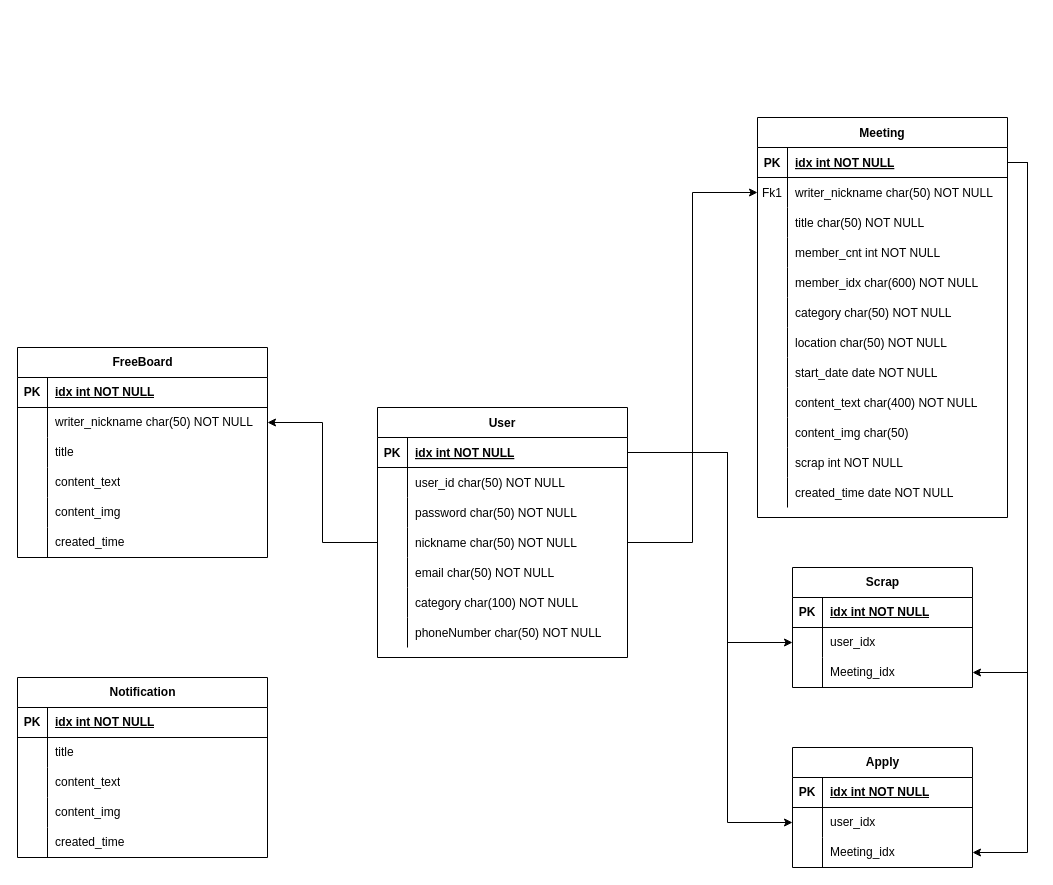
The draw.io diagram 제목 없는 다이어그램.drawio in mang0206/KosaMiniProject1, before the edit. Source tidied: cells renumbered, new cells numbered last; positions are measured from the earlier drawing's top-left corner, leaving out a move shared by most shapes. Both pictures are drawn from the tidied source at 100%, with x=0, y=0 at pixel (17, 117).
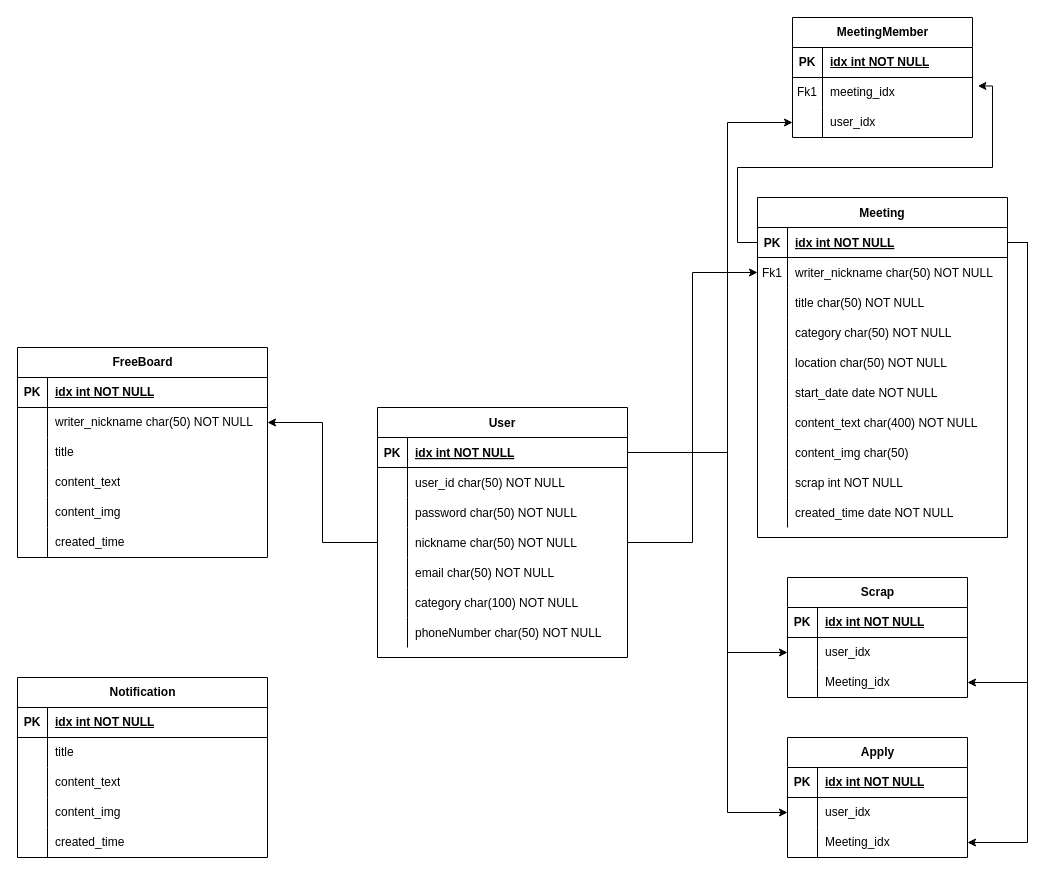
After the change.

Unchanged cells that the change refers to:
```xml
<mxCell id="3" style="shape=partialRectangle;fillColor=none;points=[[0,0.5],[1,0.5]];portConstraint=eastwest;top=0;left=0;right=0;bottom=1;" parent="2" vertex="1">
  <mxGeometry y="30" width="250" height="30" as="geometry" />
</mxCell>
<mxCell id="12" style="shape=partialRectangle;fillColor=none;points=[[0,0.5],[1,0.5]];portConstraint=eastwest;top=0;left=0;right=0;bottom=0;" parent="2" vertex="1">
  <mxGeometry y="120" width="250" height="30" as="geometry" />
</mxCell>
<mxCell id="25" style="shape=partialRectangle;fillColor=none;points=[[0,0.5],[1,0.5]];portConstraint=eastwest;top=0;left=0;right=0;bottom=1;" parent="24" vertex="1">
  <mxGeometry y="30" width="250" height="30" as="geometry" />
</mxCell>
<mxCell id="28" style="shape=partialRectangle;fillColor=none;points=[[0,0.5],[1,0.5]];portConstraint=eastwest;top=0;left=0;right=0;bottom=0;" parent="24" vertex="1">
  <mxGeometry y="60" width="250" height="30" as="geometry" />
</mxCell>
<mxCell id="78" style="shape=tableRow;horizontal=0;startSize=0;swimlaneHead=0;swimlaneBody=0;fillColor=none;points=[[0,0.5],[1,0.5]];portConstraint=eastwest;top=0;left=0;right=0;bottom=0;" parent="74" vertex="1">
  <mxGeometry y="60" width="180" height="30" as="geometry" />
</mxCell>
<mxCell id="81" style="shape=tableRow;horizontal=0;startSize=0;swimlaneHead=0;swimlaneBody=0;fillColor=none;points=[[0,0.5],[1,0.5]];portConstraint=eastwest;top=0;left=0;right=0;bottom=0;" parent="74" vertex="1">
  <mxGeometry y="90" width="180" height="30" as="geometry" />
</mxCell>
```

Diff of the diagram source:
```diff
@@
     <mxCell id="24" value="Meeting" style="shape=table;startSize=30;childLayout=tableLayout;rowLines=0;fontStyle=1;align=center;" parent="1" vertex="1">
-      <mxGeometry x="740" width="250" height="400" as="geometry" />
+      <mxGeometry x="740" y="80" width="250" height="340" as="geometry" />
     </mxCell>
@@
-    <mxCell id="34" style="shape=partialRectangle;fillColor=none;top=0;left=0;right=0;bottom=0;" parent="24" vertex="1">
-      <mxGeometry y="120" width="250" height="30" as="geometry" />
-    </mxCell>
-    <mxCell id="35" style="shape=partialRectangle;overflow=hidden;fillColor=none;top=0;left=0;bottom=0;right=0;" parent="34" vertex="1">
-      <mxGeometry width="30" height="30" as="geometry" />
-    </mxCell>
-    <mxCell id="36" value="member_cnt int NOT NULL" style="shape=partialRectangle;overflow=hidden;fillColor=none;top=0;left=0;bottom=0;right=0;align=left;spacingLeft=6;" parent="34" vertex="1">
-      <mxGeometry x="30" width="220" height="30" as="geometry" />
-    </mxCell>
-    <mxCell id="37" style="shape=partialRectangle;fillColor=none;top=0;left=0;right=0;bottom=0;" parent="24" vertex="1">
-      <mxGeometry y="150" width="250" height="30" as="geometry" />
-    </mxCell>
-    <mxCell id="38" style="shape=partialRectangle;overflow=hidden;fillColor=none;top=0;left=0;bottom=0;right=0;" parent="37" vertex="1">
-      <mxGeometry width="30" height="30" as="geometry" />
-    </mxCell>
-    <mxCell id="39" value="member_idx char(600) NOT NULL" style="shape=partialRectangle;overflow=hidden;fillColor=none;top=0;left=0;bottom=0;right=0;align=left;spacingLeft=6;" parent="37" vertex="1">
-      <mxGeometry x="30" width="220" height="30" as="geometry" />
-    </mxCell>
     <mxCell id="40" style="shape=partialRectangle;fillColor=none;top=0;left=0;right=0;bottom=0;" parent="24" vertex="1">
-      <mxGeometry y="180" width="250" height="30" as="geometry" />
+      <mxGeometry y="120" width="250" height="30" as="geometry" />
     </mxCell>
@@
     <mxCell id="43" style="shape=partialRectangle;fillColor=none;top=0;left=0;right=0;bottom=0;" parent="24" vertex="1">
-      <mxGeometry y="210" width="250" height="30" as="geometry" />
+      <mxGeometry y="150" width="250" height="30" as="geometry" />
     </mxCell>
@@
     <mxCell id="46" style="shape=partialRectangle;fillColor=none;top=0;left=0;right=0;bottom=0;" parent="24" vertex="1">
-      <mxGeometry y="240" width="250" height="30" as="geometry" />
+      <mxGeometry y="180" width="250" height="30" as="geometry" />
     </mxCell>
@@
     <mxCell id="49" style="shape=partialRectangle;fillColor=none;top=0;left=0;right=0;bottom=0;" parent="24" vertex="1">
-      <mxGeometry y="270" width="250" height="30" as="geometry" />
+      <mxGeometry y="210" width="250" height="30" as="geometry" />
     </mxCell>
@@
     <mxCell id="52" style="shape=partialRectangle;fillColor=none;top=0;left=0;right=0;bottom=0;" parent="24" vertex="1">
-      <mxGeometry y="300" width="250" height="30" as="geometry" />
+      <mxGeometry y="240" width="250" height="30" as="geometry" />
     </mxCell>
@@
     <mxCell id="55" style="shape=partialRectangle;fillColor=none;top=0;left=0;right=0;bottom=0;" parent="24" vertex="1">
-      <mxGeometry y="330" width="250" height="30" as="geometry" />
+      <mxGeometry y="270" width="250" height="30" as="geometry" />
     </mxCell>
@@
     <mxCell id="58" style="shape=partialRectangle;fillColor=none;top=0;left=0;right=0;bottom=0;" parent="24" vertex="1">
-      <mxGeometry y="360" width="250" height="30" as="geometry" />
+      <mxGeometry y="300" width="250" height="30" as="geometry" />
     </mxCell>
@@
-    <mxCell id="61" value="Scrap" style="shape=table;startSize=30;childLayout=tableLayout;rowLines=0;fontStyle=1;align=center;html=1;" parent="1" vertex="1">
-      <mxGeometry x="775" y="450" width="180" height="120" as="geometry" />
-    </mxCell>
-    <mxCell id="62" style="shape=tableRow;horizontal=0;startSize=0;swimlaneHead=0;swimlaneBody=0;fillColor=none;top=0;left=0;right=0;bottom=1;" parent="61" vertex="1">
-      <mxGeometry y="30" width="180" height="30" as="geometry" />
-    </mxCell>
-    <mxCell id="63" value="PK" style="shape=partialRectangle;fillColor=none;top=0;left=0;bottom=0;right=0;fontStyle=1;overflow=hidden;whiteSpace=wrap;html=1;" parent="62" vertex="1">
-      <mxGeometry width="30" height="30" as="geometry" />
-    </mxCell>
-    <mxCell id="64" value="idx int NOT NULL" style="shape=partialRectangle;fillColor=none;top=0;left=0;bottom=0;right=0;align=left;spacingLeft=6;fontStyle=5;overflow=hidden;whiteSpace=wrap;html=1;" parent="62" vertex="1">
-      <mxGeometry x="30" width="150" height="30" as="geometry" />
-    </mxCell>
-    <mxCell id="65" style="shape=tableRow;horizontal=0;startSize=0;swimlaneHead=0;swimlaneBody=0;fillColor=none;points=[[0,0.5],[1,0.5]];portConstraint=eastwest;top=0;left=0;right=0;bottom=0;" parent="61" vertex="1">
-      <mxGeometry y="60" width="180" height="30" as="geometry" />
-    </mxCell>
-    <mxCell id="66" style="shape=partialRectangle;fillColor=none;top=0;left=0;bottom=0;right=0;overflow=hidden;whiteSpace=wrap;html=1;" parent="65" vertex="1">
-      <mxGeometry width="30" height="30" as="geometry" />
-    </mxCell>
-    <mxCell id="67" value="user_idx&amp;nbsp;" style="shape=partialRectangle;fillColor=none;top=0;left=0;bottom=0;right=0;align=left;spacingLeft=6;overflow=hidden;whiteSpace=wrap;html=1;" parent="65" vertex="1">
-      <mxGeometry x="30" width="150" height="30" as="geometry" />
-    </mxCell>
-    <mxCell id="68" style="shape=tableRow;horizontal=0;startSize=0;swimlaneHead=0;swimlaneBody=0;fillColor=none;points=[[0,0.5],[1,0.5]];portConstraint=eastwest;top=0;left=0;right=0;bottom=0;" parent="61" vertex="1">
-      <mxGeometry y="90" width="180" height="30" as="geometry" />
-    </mxCell>
-    <mxCell id="69" style="shape=partialRectangle;fillColor=none;top=0;left=0;bottom=0;right=0;overflow=hidden;whiteSpace=wrap;html=1;" parent="68" vertex="1">
-      <mxGeometry width="30" height="30" as="geometry" />
-    </mxCell>
-    <mxCell id="70" value="Meeting_idx" style="shape=partialRectangle;fillColor=none;top=0;left=0;bottom=0;right=0;align=left;spacingLeft=6;overflow=hidden;whiteSpace=wrap;html=1;" parent="68" vertex="1">
-      <mxGeometry x="30" width="150" height="30" as="geometry" />
-    </mxCell>
     <mxCell id="71" style="edgeStyle=orthogonalEdgeStyle;rounded=0;jettySize=auto;html=1;exitX=1;exitY=0.5;exitDx=0;exitDy=0;" parent="1" edge="1" source="3" target="65">
       <mxGeometry relative="1" as="geometry">
         <Array as="points">
           <mxPoint x="710" y="335" />
-          <mxPoint x="710" y="525" />
+          <mxPoint x="710" y="535" />
         </Array>
       </mxGeometry>
     </mxCell>
@@
-    <mxCell id="73" style="edgeStyle=orthogonalEdgeStyle;rounded=0;jettySize=auto;html=1;exitX=1;exitY=0.5;exitDx=0;exitDy=0;entryX=0;entryY=0.5;entryDx=0;entryDy=0;" parent="1" edge="1" source="12" target="28">
-      <mxGeometry relative="1" as="geometry" />
-    </mxCell>
     <mxCell id="74" value="Apply" style="shape=table;startSize=30;childLayout=tableLayout;rowLines=0;fontStyle=1;align=center;html=1;" parent="1" vertex="1">
-      <mxGeometry x="775" y="630" width="180" height="120" as="geometry" />
+      <mxGeometry x="770" y="620" width="180" height="120" as="geometry" />
     </mxCell>
@@
     <mxCell id="84" style="edgeStyle=orthogonalEdgeStyle;rounded=0;jettySize=auto;html=1;exitX=1;exitY=0.5;exitDx=0;exitDy=0;" parent="1" edge="1" source="3" target="78">
       <mxGeometry relative="1" as="geometry">
         <Array as="points">
           <mxPoint x="710" y="335" />
-          <mxPoint x="710" y="705" />
+          <mxPoint x="710" y="695" />
         </Array>
       </mxGeometry>
     </mxCell>
-    <mxCell id="85" style="edgeStyle=orthogonalEdgeStyle;rounded=0;jettySize=auto;html=1;exitX=1;exitY=0.5;exitDx=0;exitDy=0;entryX=1;entryY=0.5;entryDx=0;entryDy=0;" parent="1" edge="1" source="25" target="81">
-      <mxGeometry relative="1" as="geometry">
-        <Array as="points">
-          <mxPoint x="1010" y="45" />
-          <mxPoint x="1010" y="735" />
-        </Array>
-      </mxGeometry>
-    </mxCell>
@@
+    <mxCell id="122" value="MeetingMember" style="shape=table;startSize=30;childLayout=tableLayout;rowLines=0;fontStyle=1;align=center;html=1;" parent="1" vertex="1">
+      <mxGeometry x="775" y="-100" width="180" height="120" as="geometry" />
+    </mxCell>
+    <mxCell id="123" style="shape=tableRow;horizontal=0;startSize=0;swimlaneHead=0;swimlaneBody=0;fillColor=none;top=0;left=0;right=0;bottom=1;" parent="122" vertex="1">
+      <mxGeometry y="30" width="180" height="30" as="geometry" />
+    </mxCell>
+    <mxCell id="124" value="PK" style="shape=partialRectangle;fillColor=none;top=0;left=0;bottom=0;right=0;fontStyle=1;overflow=hidden;whiteSpace=wrap;html=1;" parent="123" vertex="1">
+      <mxGeometry width="30" height="30" as="geometry" />
+    </mxCell>
+    <mxCell id="125" value="idx int NOT NULL" style="shape=partialRectangle;fillColor=none;top=0;left=0;bottom=0;right=0;align=left;spacingLeft=6;fontStyle=5;overflow=hidden;whiteSpace=wrap;html=1;" parent="123" vertex="1">
+      <mxGeometry x="30" width="150" height="30" as="geometry" />
+    </mxCell>
+    <mxCell id="126" style="shape=tableRow;horizontal=0;startSize=0;swimlaneHead=0;swimlaneBody=0;fillColor=none;points=[[0,0.5],[1,0.5]];portConstraint=eastwest;top=0;left=0;right=0;bottom=0;" parent="122" vertex="1">
+      <mxGeometry y="60" width="180" height="30" as="geometry" />
+    </mxCell>
+    <mxCell id="127" value="Fk1" style="shape=partialRectangle;fillColor=none;top=0;left=0;bottom=0;right=0;overflow=hidden;whiteSpace=wrap;html=1;" parent="126" vertex="1">
+      <mxGeometry width="30" height="30" as="geometry" />
+    </mxCell>
+    <mxCell id="128" value="meeting_idx" style="shape=partialRectangle;fillColor=none;top=0;left=0;bottom=0;right=0;align=left;spacingLeft=6;overflow=hidden;whiteSpace=wrap;html=1;" parent="126" vertex="1">
+      <mxGeometry x="30" width="150" height="30" as="geometry" />
+    </mxCell>
+    <mxCell id="129" style="shape=tableRow;horizontal=0;startSize=0;swimlaneHead=0;swimlaneBody=0;fillColor=none;points=[[0,0.5],[1,0.5]];portConstraint=eastwest;top=0;left=0;right=0;bottom=0;" parent="122" vertex="1">
+      <mxGeometry y="90" width="180" height="30" as="geometry" />
+    </mxCell>
+    <mxCell id="130" style="shape=partialRectangle;fillColor=none;top=0;left=0;bottom=0;right=0;overflow=hidden;whiteSpace=wrap;html=1;" parent="129" vertex="1">
+      <mxGeometry width="30" height="30" as="geometry" />
+    </mxCell>
+    <mxCell id="131" value="user_idx" style="shape=partialRectangle;fillColor=none;top=0;left=0;bottom=0;right=0;align=left;spacingLeft=6;overflow=hidden;whiteSpace=wrap;html=1;" parent="129" vertex="1">
+      <mxGeometry x="30" width="150" height="30" as="geometry" />
+    </mxCell>
+    <mxCell id="132" style="edgeStyle=orthogonalEdgeStyle;rounded=0;jettySize=auto;html=1;entryX=1.03;entryY=0.282;entryDx=0;entryDy=0;entryPerimeter=0;" parent="1" edge="1" source="25" target="126">
+      <mxGeometry relative="1" as="geometry" />
+    </mxCell>
+    <mxCell id="61" value="Scrap" style="shape=table;startSize=30;childLayout=tableLayout;rowLines=0;fontStyle=1;align=center;html=1;" parent="1" vertex="1">
+      <mxGeometry x="770" y="460" width="180" height="120" as="geometry" />
+    </mxCell>
+    <mxCell id="62" style="shape=tableRow;horizontal=0;startSize=0;swimlaneHead=0;swimlaneBody=0;fillColor=none;top=0;left=0;right=0;bottom=1;" parent="61" vertex="1">
+      <mxGeometry y="30" width="180" height="30" as="geometry" />
+    </mxCell>
+    <mxCell id="63" value="PK" style="shape=partialRectangle;fillColor=none;top=0;left=0;bottom=0;right=0;fontStyle=1;overflow=hidden;whiteSpace=wrap;html=1;" parent="62" vertex="1">
+      <mxGeometry width="30" height="30" as="geometry" />
+    </mxCell>
+    <mxCell id="64" value="idx int NOT NULL" style="shape=partialRectangle;fillColor=none;top=0;left=0;bottom=0;right=0;align=left;spacingLeft=6;fontStyle=5;overflow=hidden;whiteSpace=wrap;html=1;" parent="62" vertex="1">
+      <mxGeometry x="30" width="150" height="30" as="geometry" />
+    </mxCell>
+    <mxCell id="65" style="shape=tableRow;horizontal=0;startSize=0;swimlaneHead=0;swimlaneBody=0;fillColor=none;points=[[0,0.5],[1,0.5]];portConstraint=eastwest;top=0;left=0;right=0;bottom=0;" parent="61" vertex="1">
+      <mxGeometry y="60" width="180" height="30" as="geometry" />
+    </mxCell>
+    <mxCell id="66" style="shape=partialRectangle;fillColor=none;top=0;left=0;bottom=0;right=0;overflow=hidden;whiteSpace=wrap;html=1;" parent="65" vertex="1">
+      <mxGeometry width="30" height="30" as="geometry" />
+    </mxCell>
+    <mxCell id="67" value="user_idx&amp;nbsp;" style="shape=partialRectangle;fillColor=none;top=0;left=0;bottom=0;right=0;align=left;spacingLeft=6;overflow=hidden;whiteSpace=wrap;html=1;" parent="65" vertex="1">
+      <mxGeometry x="30" width="150" height="30" as="geometry" />
+    </mxCell>
+    <mxCell id="68" style="shape=tableRow;horizontal=0;startSize=0;swimlaneHead=0;swimlaneBody=0;fillColor=none;points=[[0,0.5],[1,0.5]];portConstraint=eastwest;top=0;left=0;right=0;bottom=0;" parent="61" vertex="1">
+      <mxGeometry y="90" width="180" height="30" as="geometry" />
+    </mxCell>
+    <mxCell id="69" style="shape=partialRectangle;fillColor=none;top=0;left=0;bottom=0;right=0;overflow=hidden;whiteSpace=wrap;html=1;" parent="68" vertex="1">
+      <mxGeometry width="30" height="30" as="geometry" />
+    </mxCell>
+    <mxCell id="70" value="Meeting_idx" style="shape=partialRectangle;fillColor=none;top=0;left=0;bottom=0;right=0;align=left;spacingLeft=6;overflow=hidden;whiteSpace=wrap;html=1;" parent="68" vertex="1">
+      <mxGeometry x="30" width="150" height="30" as="geometry" />
+    </mxCell>
+    <mxCell id="85" style="edgeStyle=orthogonalEdgeStyle;rounded=0;jettySize=auto;html=1;exitX=1;exitY=0.5;exitDx=0;exitDy=0;entryX=1;entryY=0.5;entryDx=0;entryDy=0;" parent="1" edge="1" source="25" target="81">
+      <mxGeometry relative="1" as="geometry" />
+    </mxCell>
+    <mxCell id="133" style="edgeStyle=orthogonalEdgeStyle;rounded=0;jettySize=auto;html=1;exitX=1;exitY=0.5;exitDx=0;exitDy=0;entryX=0;entryY=0.5;entryDx=0;entryDy=0;" parent="1" edge="1" source="3" target="129">
+      <mxGeometry relative="1" as="geometry">
+        <Array as="points">
+          <mxPoint x="710" y="335" />
+          <mxPoint x="710" y="5" />
+        </Array>
+      </mxGeometry>
+    </mxCell>
+    <mxCell id="73" style="edgeStyle=orthogonalEdgeStyle;rounded=0;jettySize=auto;html=1;exitX=1;exitY=0.5;exitDx=0;exitDy=0;entryX=0;entryY=0.5;entryDx=0;entryDy=0;" parent="1" edge="1" source="12" target="28">
+      <mxGeometry relative="1" as="geometry" />
+    </mxCell>
```
